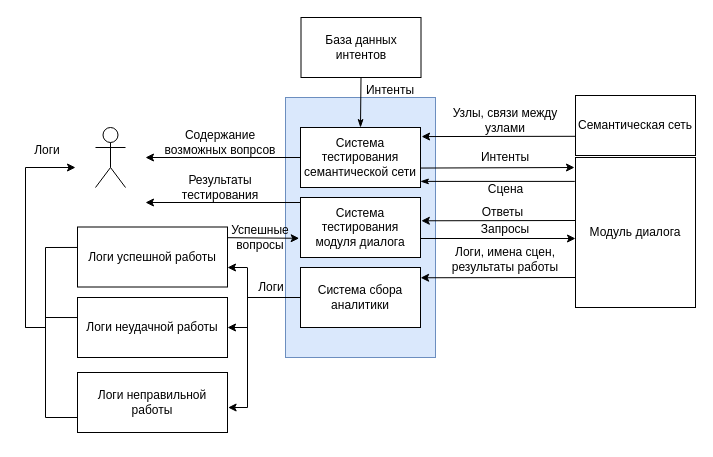
This is DOCS/Задание 3. АКД для модуля тестирования.drawio from DinaVoron/VAtemplator, a draw.io file, before an edit. Source tidied: cells renumbered, new cells numbered last; positions are measured from the earlier drawing's top-left corner, leaving out a move shared by most shapes. Both pictures are drawn from the tidied source at 100%, with x=0, y=0 at pixel (17, 17).
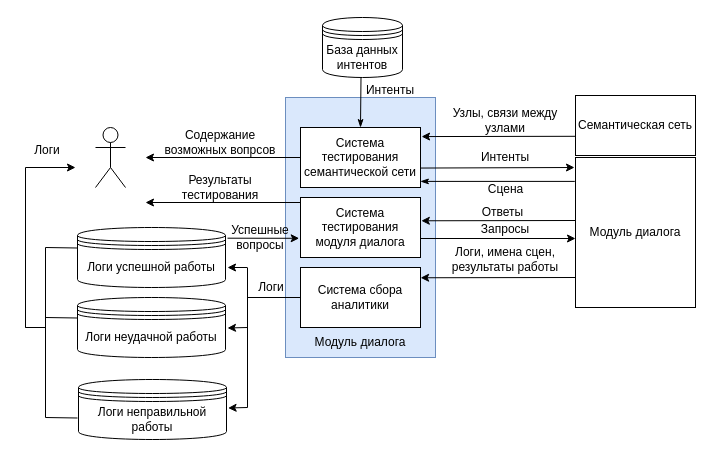
The same page after the edit.

Commit message (it also covers changes not shown here):
Добавить новые схемы и исправить код

Unchanged cells that the change refers to:
```xml
<mxCell id="3" value="Система тестирования семантической сети" style="rounded=0;whiteSpace=wrap;html=1;" parent="1" vertex="1">
  <mxGeometry x="283" y="110" width="120" height="60" as="geometry" />
</mxCell>
<mxCell id="4" value="Система тестирования модуля диалога" style="rounded=0;whiteSpace=wrap;html=1;" parent="1" vertex="1">
  <mxGeometry x="283" y="180" width="120" height="60" as="geometry" />
</mxCell>
```

The edit, as a diff of the source:
```diff
@@
-    <mxCell id="19" value="Логи успешной работы" style="rounded=0;whiteSpace=wrap;html=1;" parent="1" vertex="1">
-      <mxGeometry x="60" y="209.5" width="150" height="60" as="geometry" />
-    </mxCell>
-    <mxCell id="20" value="Логи неудачной работы" style="rounded=0;whiteSpace=wrap;html=1;" parent="1" vertex="1">
-      <mxGeometry x="60" y="280" width="150" height="60" as="geometry" />
-    </mxCell>
-    <mxCell id="21" value="Логи неправильной работы" style="rounded=0;whiteSpace=wrap;html=1;" parent="1" vertex="1">
-      <mxGeometry x="60" y="355" width="150" height="60" as="geometry" />
-    </mxCell>
@@
-    <mxCell id="25" style="endArrow=classic;html=1;rounded=0;entryX=1.004;entryY=0.584;entryDx=0;entryDy=0;entryPerimeter=0;" parent="1" edge="1" target="21">
+    <mxCell id="25" style="endArrow=classic;html=1;rounded=0;entryX=1.004;entryY=0.584;entryDx=0;entryDy=0;entryPerimeter=0;" parent="1" edge="1">
       <mxGeometry relative="1" as="geometry">
         <mxPoint x="230" y="390" as="sourcePoint" />
+        <mxPoint x="210.6" y="390.5" as="targetPoint" />
       </mxGeometry>
     </mxCell>
-    <mxCell id="26" style="endArrow=classic;html=1;rounded=0;entryX=1;entryY=0.5;entryDx=0;entryDy=0;" parent="1" edge="1" target="20">
+    <mxCell id="26" style="endArrow=classic;html=1;rounded=0;entryX=1;entryY=0.5;entryDx=0;entryDy=0;" parent="1" edge="1">
       <mxGeometry relative="1" as="geometry">
         <mxPoint x="230" y="310" as="sourcePoint" />
+        <mxPoint x="210" y="310.5" as="targetPoint" />
       </mxGeometry>
     </mxCell>
@@
-    <mxCell id="29" style="endArrow=classic;html=1;rounded=0;exitX=1;exitY=0.178;exitDx=0;exitDy=0;exitPerimeter=0;entryX=-0.011;entryY=0.68;entryDx=0;entryDy=0;entryPerimeter=0;" parent="1" edge="1" source="19" target="4">
-      <mxGeometry relative="1" as="geometry" />
+    <mxCell id="29" style="endArrow=classic;html=1;rounded=0;exitX=1;exitY=0.178;exitDx=0;exitDy=0;exitPerimeter=0;entryX=-0.011;entryY=0.68;entryDx=0;entryDy=0;entryPerimeter=0;" parent="1" edge="1" target="4">
+      <mxGeometry relative="1" as="geometry">
+        <mxPoint x="210" y="220.7" as="sourcePoint" />
+      </mxGeometry>
     </mxCell>
@@
-    <mxCell id="38" style="endArrow=none;html=1;rounded=0;entryX=-0.002;entryY=0.341;entryDx=0;entryDy=0;entryPerimeter=0;" parent="1" edge="1" target="19">
+    <mxCell id="38" style="endArrow=none;html=1;rounded=0;entryX=-0.002;entryY=0.341;entryDx=0;entryDy=0;entryPerimeter=0;" parent="1" edge="1">
       <mxGeometry relative="1" as="geometry">
         <mxPoint x="28" y="230" as="sourcePoint" />
+        <mxPoint x="59.7" y="230.5" as="targetPoint" />
       </mxGeometry>
     </mxCell>
-    <mxCell id="39" style="endArrow=none;html=1;rounded=0;entryX=-0.001;entryY=0.334;entryDx=0;entryDy=0;entryPerimeter=0;" parent="1" edge="1" target="20">
+    <mxCell id="39" style="endArrow=none;html=1;rounded=0;entryX=-0.001;entryY=0.334;entryDx=0;entryDy=0;entryPerimeter=0;" parent="1" edge="1">
       <mxGeometry relative="1" as="geometry">
         <mxPoint x="28" y="300" as="sourcePoint" />
+        <mxPoint x="59.8" y="300.5" as="targetPoint" />
       </mxGeometry>
     </mxCell>
-    <mxCell id="40" style="endArrow=none;html=1;rounded=0;entryX=0;entryY=0.75;entryDx=0;entryDy=0;" parent="1" edge="1" target="21">
+    <mxCell id="40" style="endArrow=none;html=1;rounded=0;entryX=0;entryY=0.75;entryDx=0;entryDy=0;" parent="1" edge="1">
       <mxGeometry relative="1" as="geometry">
         <mxPoint x="28" y="400" as="sourcePoint" />
+        <mxPoint x="60" y="400.5" as="targetPoint" />
       </mxGeometry>
     </mxCell>
@@
-    <mxCell id="42" value="База данных интентов" style="rounded=0;whiteSpace=wrap;html=1;" parent="1" vertex="1">
-      <mxGeometry x="283.5" width="120" height="60" as="geometry" />
-    </mxCell>
-    <mxCell id="43" style="endArrow=none;html=1;rounded=0;exitX=0.5;exitY=0;exitDx=0;exitDy=0;entryX=0.5;entryY=1;entryDx=0;entryDy=0;startArrow=classicThin;startFill=1;endFill=0;" parent="1" edge="1" source="3" target="42">
-      <mxGeometry relative="1" as="geometry" />
+    <mxCell id="43" style="endArrow=none;html=1;rounded=0;exitX=0.5;exitY=0;exitDx=0;exitDy=0;entryX=0.5;entryY=1;entryDx=0;entryDy=0;startArrow=classicThin;startFill=1;endFill=0;" parent="1" edge="1" source="3">
+      <mxGeometry relative="1" as="geometry">
+        <mxPoint x="343.5" y="60" as="targetPoint" />
+      </mxGeometry>
     </mxCell>
@@
+    <mxCell id="42" value="База данных интентов" style="shape=datastore;whiteSpace=wrap;html=1;" parent="1" vertex="1">
+      <mxGeometry x="305" width="80" height="60" as="geometry" />
+    </mxCell>
+    <mxCell id="19" value="Логи успешной работы" style="shape=datastore;whiteSpace=wrap;html=1;" parent="1" vertex="1">
+      <mxGeometry x="60" y="210" width="148" height="60" as="geometry" />
+    </mxCell>
+    <mxCell id="20" value="Логи неудачной работы" style="shape=datastore;whiteSpace=wrap;html=1;" parent="1" vertex="1">
+      <mxGeometry x="60" y="280" width="148" height="60" as="geometry" />
+    </mxCell>
+    <mxCell id="21" value="Логи неправильной работы" style="shape=datastore;whiteSpace=wrap;html=1;" parent="1" vertex="1">
+      <mxGeometry x="61" y="362" width="148" height="60" as="geometry" />
+    </mxCell>
+    <mxCell id="45" value="Модуль диалога" style="text;html=1;strokeColor=none;fillColor=none;align=center;verticalAlign=middle;whiteSpace=wrap;rounded=0;" parent="1" vertex="1">
+      <mxGeometry x="287.5" y="310" width="110" height="30" as="geometry" />
+    </mxCell>
```
